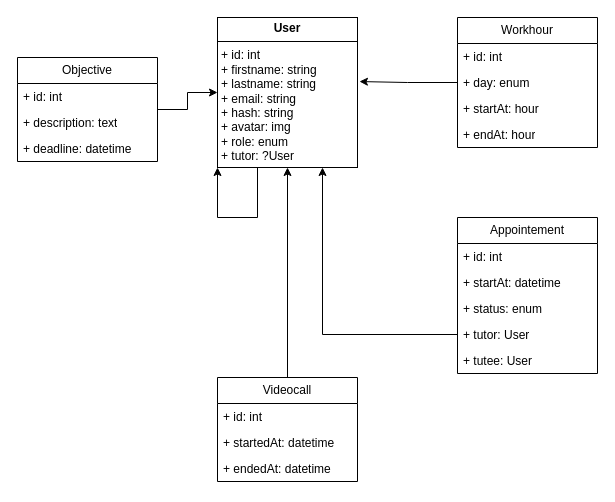
This is projets/9_gestion_projet_agile/avenir.drawio from MAT044/monorepo-formation-openclassrooms, a draw.io file, before an edit. Source tidied: cells renumbered, new cells numbered last; positions are measured from the earlier drawing's top-left corner, leaving out a move shared by most shapes. Both pictures are drawn from the tidied source at 100%, with x=0, y=0 at pixel (17, 17).
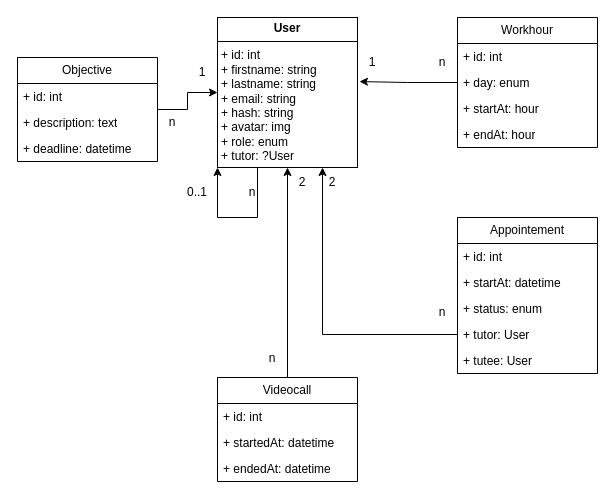
The same diagram, later.

Commit message (it also covers changes not shown here):
[Projet09] Mise à jour des diagrammes

Diff of the diagram source:
```diff
@@
+    <mxCell id="27" value="n" style="text;html=1;whiteSpace=wrap;strokeColor=none;fillColor=none;align=center;verticalAlign=middle;rounded=0;" parent="1" vertex="1">
+      <mxGeometry x="140" y="90" width="30" height="30" as="geometry" />
+    </mxCell>
+    <mxCell id="28" value="1" style="text;html=1;whiteSpace=wrap;strokeColor=none;fillColor=none;align=center;verticalAlign=middle;rounded=0;" parent="1" vertex="1">
+      <mxGeometry x="170" y="40" width="30" height="30" as="geometry" />
+    </mxCell>
+    <mxCell id="29" value="n" style="text;html=1;whiteSpace=wrap;strokeColor=none;fillColor=none;align=center;verticalAlign=middle;rounded=0;" parent="1" vertex="1">
+      <mxGeometry x="220" y="160" width="30" height="30" as="geometry" />
+    </mxCell>
+    <mxCell id="30" value="0..1" style="text;html=1;whiteSpace=wrap;strokeColor=none;fillColor=none;align=center;verticalAlign=middle;rounded=0;" parent="1" vertex="1">
+      <mxGeometry x="160" y="160" width="40" height="30" as="geometry" />
+    </mxCell>
+    <mxCell id="31" value="1" style="text;html=1;whiteSpace=wrap;strokeColor=none;fillColor=none;align=center;verticalAlign=middle;rounded=0;" parent="1" vertex="1">
+      <mxGeometry x="340" y="30" width="30" height="30" as="geometry" />
+    </mxCell>
+    <mxCell id="32" value="n" style="text;html=1;whiteSpace=wrap;strokeColor=none;fillColor=none;align=center;verticalAlign=middle;rounded=0;" parent="1" vertex="1">
+      <mxGeometry x="410" y="30" width="30" height="30" as="geometry" />
+    </mxCell>
+    <mxCell id="33" value="n" style="text;html=1;whiteSpace=wrap;strokeColor=none;fillColor=none;align=center;verticalAlign=middle;rounded=0;" parent="1" vertex="1">
+      <mxGeometry x="410" y="280" width="30" height="30" as="geometry" />
+    </mxCell>
+    <mxCell id="34" value="n" style="text;html=1;whiteSpace=wrap;strokeColor=none;fillColor=none;align=center;verticalAlign=middle;rounded=0;" parent="1" vertex="1">
+      <mxGeometry x="240" y="326" width="30" height="30" as="geometry" />
+    </mxCell>
+    <mxCell id="35" value="2" style="text;html=1;whiteSpace=wrap;strokeColor=none;fillColor=none;align=center;verticalAlign=middle;rounded=0;" parent="1" vertex="1">
+      <mxGeometry x="300" y="150" width="30" height="30" as="geometry" />
+    </mxCell>
+    <mxCell id="36" value="2" style="text;html=1;whiteSpace=wrap;strokeColor=none;fillColor=none;align=center;verticalAlign=middle;rounded=0;" parent="1" vertex="1">
+      <mxGeometry x="270" y="150" width="30" height="30" as="geometry" />
+    </mxCell>
```
